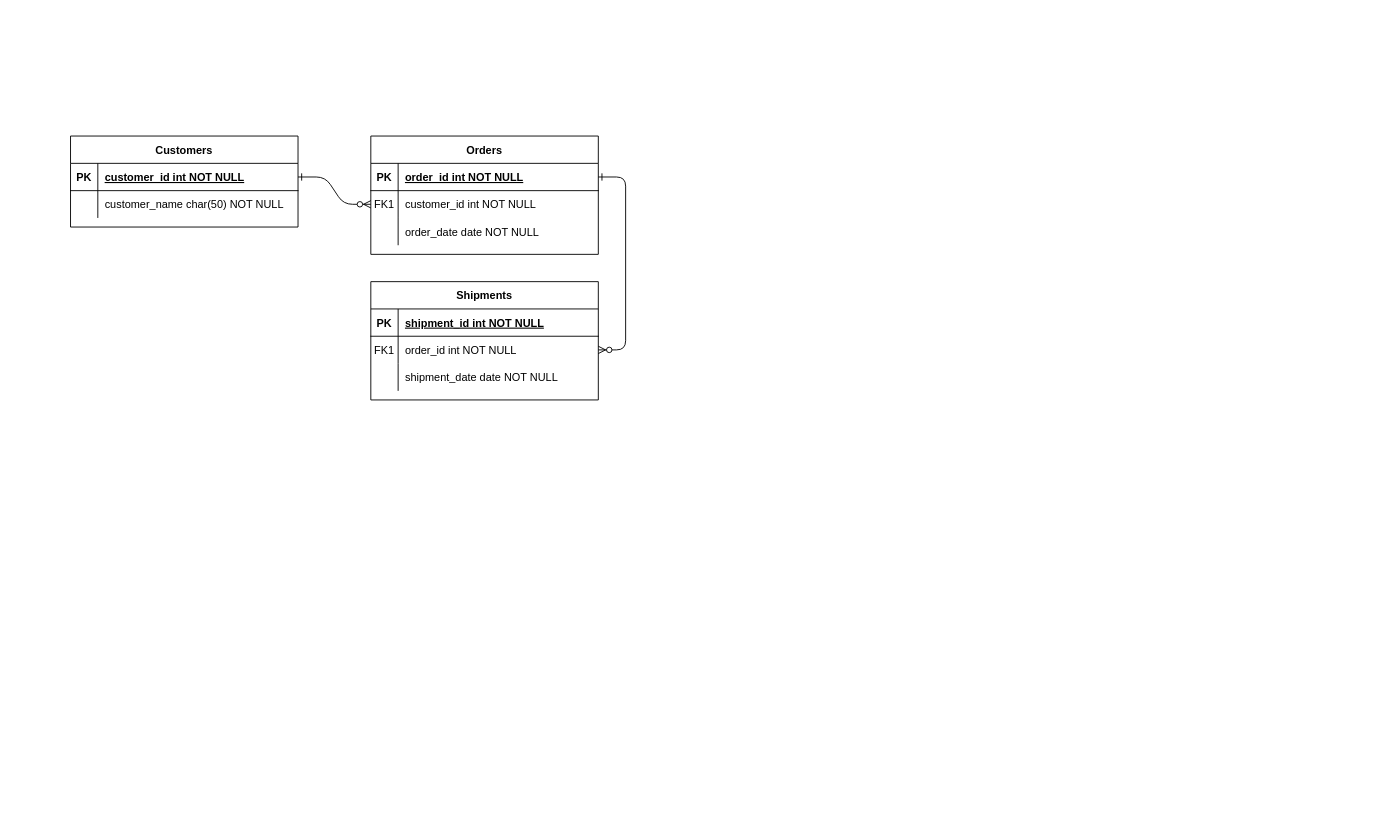
The draw.io diagram 講習会.drawio in satoru817/4eachkeijiban, before the edit. Source tidied: cells renumbered, new cells numbered last; positions are measured from the earlier drawing's top-left corner, leaving out a move shared by most shapes. Both pictures are drawn from the tidied source at 91%, with x=0, y=0 at pixel (70, 136).
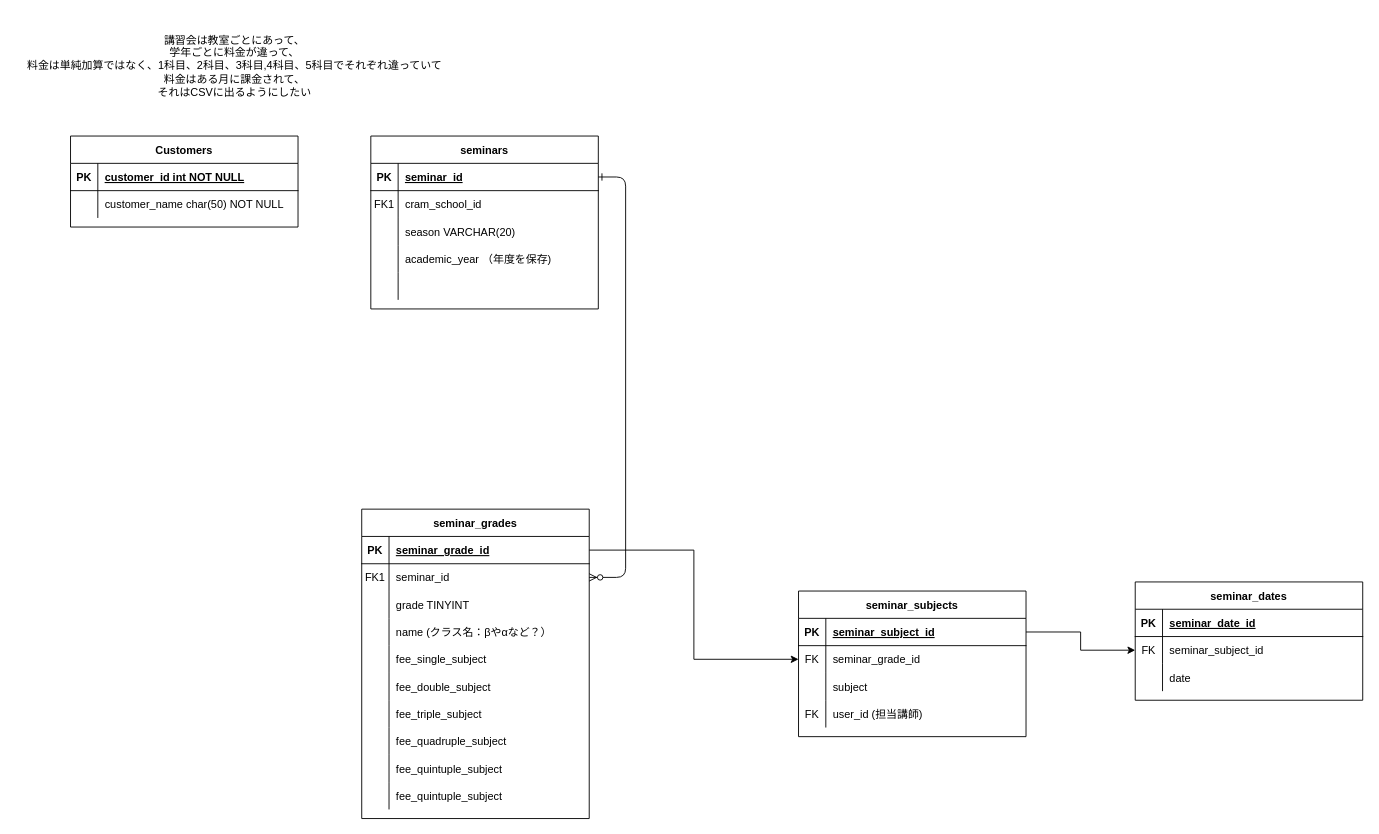
The same diagram, later.

Commit message:
講習会.drawio を更新します

Unchanged cells that the change refers to:
```xml
<mxCell id="5" style="shape=partialRectangle;fillColor=none;points=[[0,0.5],[1,0.5]];portConstraint=eastwest;top=0;left=0;right=0;bottom=1;" parent="4" vertex="1">
  <mxGeometry y="30" width="250" height="30" as="geometry" />
</mxCell>
<mxCell id="8" style="shape=partialRectangle;fillColor=none;points=[[0,0.5],[1,0.5]];portConstraint=eastwest;top=0;left=0;right=0;bottom=0;" parent="4" vertex="1">
  <mxGeometry y="60" width="250" height="30" as="geometry" />
</mxCell>
<mxCell id="11" style="shape=partialRectangle;fillColor=none;top=0;left=0;right=0;bottom=0;" parent="4" vertex="1">
  <mxGeometry y="90" width="250" height="30" as="geometry" />
</mxCell>
<mxCell id="15" style="shape=partialRectangle;fillColor=none;points=[[0,0.5],[1,0.5]];portConstraint=eastwest;top=0;left=0;right=0;bottom=1;" parent="14" vertex="1">
  <mxGeometry y="30" width="250" height="30" as="geometry" />
</mxCell>
<mxCell id="18" style="shape=partialRectangle;fillColor=none;points=[[0,0.5],[1,0.5]];portConstraint=eastwest;top=0;left=0;right=0;bottom=0;" parent="14" vertex="1">
  <mxGeometry y="60" width="250" height="30" as="geometry" />
</mxCell>
<mxCell id="25" style="shape=partialRectangle;fillColor=none;points=[[0,0.5],[1,0.5]];portConstraint=eastwest;top=0;left=0;right=0;bottom=1;" parent="24" vertex="1">
  <mxGeometry y="30" width="250" height="30" as="geometry" />
</mxCell>
```

Change to the diagram source:
```diff
@@
-    <mxCell id="2" style="edgeStyle=entityRelationEdgeStyle;endArrow=ERzeroToMany;startArrow=ERone;endFill=1;startFill=0;" parent="1" edge="1" source="25" target="8">
-      <mxGeometry relative="1" as="geometry" />
-    </mxCell>
@@
-    <mxCell id="4" value="Orders" style="shape=table;startSize=30;childLayout=tableLayout;rowLines=0;fontStyle=1;align=center;" parent="1" vertex="1">
-      <mxGeometry x="330" width="250" height="130" as="geometry" />
+    <mxCell id="4" value="seminars" style="shape=table;startSize=30;childLayout=tableLayout;rowLines=0;fontStyle=1;align=center;" parent="1" vertex="1">
+      <mxGeometry x="330" width="250" height="190" as="geometry" />
     </mxCell>
@@
-    <mxCell id="7" value="order_id int NOT NULL " style="shape=partialRectangle;overflow=hidden;fillColor=none;top=0;left=0;bottom=0;right=0;align=left;spacingLeft=6;fontStyle=5;" parent="5" vertex="1">
+    <mxCell id="7" value="seminar_id" style="shape=partialRectangle;overflow=hidden;fillColor=none;top=0;left=0;bottom=0;right=0;align=left;spacingLeft=6;fontStyle=5;" parent="5" vertex="1">
       <mxGeometry x="30" width="220" height="30" as="geometry" />
     </mxCell>
@@
-    <mxCell id="10" value="customer_id int NOT NULL" style="shape=partialRectangle;overflow=hidden;fillColor=none;top=0;left=0;bottom=0;right=0;align=left;spacingLeft=6;" parent="8" vertex="1">
+    <mxCell id="10" value="cram_school_id" style="shape=partialRectangle;overflow=hidden;fillColor=none;top=0;left=0;bottom=0;right=0;align=left;spacingLeft=6;" parent="8" vertex="1">
       <mxGeometry x="30" width="220" height="30" as="geometry" />
     </mxCell>
@@
-    <mxCell id="12" style="shape=partialRectangle;overflow=hidden;fillColor=none;top=0;left=0;bottom=0;right=0;" parent="11" vertex="1">
+    <mxCell id="12" value="&#10;" style="shape=partialRectangle;overflow=hidden;fillColor=none;top=0;left=0;bottom=0;right=0;" parent="11" vertex="1">
       <mxGeometry width="30" height="30" as="geometry" />
     </mxCell>
-    <mxCell id="13" value="order_date date NOT NULL" style="shape=partialRectangle;overflow=hidden;fillColor=none;top=0;left=0;bottom=0;right=0;align=left;spacingLeft=6;" parent="11" vertex="1">
+    <mxCell id="13" value="season VARCHAR(20)" style="shape=partialRectangle;overflow=hidden;fillColor=none;top=0;left=0;bottom=0;right=0;align=left;spacingLeft=6;" parent="11" vertex="1">
       <mxGeometry x="30" width="220" height="30" as="geometry" />
     </mxCell>
+    <mxCell id="31" style="shape=partialRectangle;fillColor=none;top=0;left=0;right=0;bottom=0;" parent="4" vertex="1">
+      <mxGeometry y="120" width="250" height="30" as="geometry" />
+    </mxCell>
+    <mxCell id="32" value="&#10;" style="shape=partialRectangle;overflow=hidden;fillColor=none;top=0;left=0;bottom=0;right=0;" parent="31" vertex="1">
+      <mxGeometry width="30" height="30" as="geometry" />
+    </mxCell>
+    <mxCell id="33" value="academic_year （年度を保存)" style="shape=partialRectangle;overflow=hidden;fillColor=none;top=0;left=0;bottom=0;right=0;align=left;spacingLeft=6;" parent="31" vertex="1">
+      <mxGeometry x="30" width="220" height="30" as="geometry" />
+    </mxCell>
+    <mxCell id="34" style="shape=partialRectangle;fillColor=none;top=0;left=0;right=0;bottom=0;" parent="4" vertex="1">
+      <mxGeometry y="150" width="250" height="30" as="geometry" />
+    </mxCell>
+    <mxCell id="35" value="&#10;" style="shape=partialRectangle;overflow=hidden;fillColor=none;top=0;left=0;bottom=0;right=0;" parent="34" vertex="1">
+      <mxGeometry width="30" height="30" as="geometry" />
+    </mxCell>
+    <mxCell id="36" style="shape=partialRectangle;overflow=hidden;fillColor=none;top=0;left=0;bottom=0;right=0;align=left;spacingLeft=6;" parent="34" vertex="1">
+      <mxGeometry x="30" width="220" height="30" as="geometry" />
+    </mxCell>
-    <mxCell id="14" value="Shipments" style="shape=table;startSize=30;childLayout=tableLayout;rowLines=0;fontStyle=1;align=center;" parent="1" vertex="1">
-      <mxGeometry x="330" y="160" width="250" height="130" as="geometry" />
+    <mxCell id="14" value="seminar_grades" style="shape=table;startSize=30;childLayout=tableLayout;rowLines=0;fontStyle=1;align=center;" parent="1" vertex="1">
+      <mxGeometry x="320" y="410" width="250" height="340" as="geometry" />
     </mxCell>
@@
-    <mxCell id="17" value="shipment_id int NOT NULL " style="shape=partialRectangle;overflow=hidden;fillColor=none;top=0;left=0;bottom=0;right=0;align=left;spacingLeft=6;fontStyle=5;" parent="15" vertex="1">
+    <mxCell id="17" value="seminar_grade_id" style="shape=partialRectangle;overflow=hidden;fillColor=none;top=0;left=0;bottom=0;right=0;align=left;spacingLeft=6;fontStyle=5;" parent="15" vertex="1">
       <mxGeometry x="30" width="220" height="30" as="geometry" />
     </mxCell>
@@
-    <mxCell id="20" value="order_id int NOT NULL" style="shape=partialRectangle;overflow=hidden;fillColor=none;top=0;left=0;bottom=0;right=0;align=left;spacingLeft=6;" parent="18" vertex="1">
+    <mxCell id="20" value="seminar_id" style="shape=partialRectangle;overflow=hidden;fillColor=none;top=0;left=0;bottom=0;right=0;align=left;spacingLeft=6;" parent="18" vertex="1">
       <mxGeometry x="30" width="220" height="30" as="geometry" />
     </mxCell>
+    <mxCell id="37" style="shape=partialRectangle;fillColor=none;top=0;left=0;right=0;bottom=0;" parent="14" vertex="1">
+      <mxGeometry y="90" width="250" height="30" as="geometry" />
+    </mxCell>
+    <mxCell id="38" value="&#10;" style="shape=partialRectangle;overflow=hidden;fillColor=none;top=0;left=0;bottom=0;right=0;" parent="37" vertex="1">
+      <mxGeometry width="30" height="30" as="geometry" />
+    </mxCell>
+    <mxCell id="39" value="grade TINYINT" style="shape=partialRectangle;overflow=hidden;fillColor=none;top=0;left=0;bottom=0;right=0;align=left;spacingLeft=6;" parent="37" vertex="1">
+      <mxGeometry x="30" width="220" height="30" as="geometry" />
+    </mxCell>
+    <mxCell id="40" style="shape=partialRectangle;fillColor=none;top=0;left=0;right=0;bottom=0;" parent="14" vertex="1">
+      <mxGeometry y="120" width="250" height="30" as="geometry" />
+    </mxCell>
+    <mxCell id="41" value="&#10;" style="shape=partialRectangle;overflow=hidden;fillColor=none;top=0;left=0;bottom=0;right=0;" parent="40" vertex="1">
+      <mxGeometry width="30" height="30" as="geometry" />
+    </mxCell>
+    <mxCell id="42" value="name (クラス名：βやαなど？）" style="shape=partialRectangle;overflow=hidden;fillColor=none;top=0;left=0;bottom=0;right=0;align=left;spacingLeft=6;" parent="40" vertex="1">
+      <mxGeometry x="30" width="220" height="30" as="geometry" />
+    </mxCell>
     <mxCell id="21" style="shape=partialRectangle;fillColor=none;top=0;left=0;right=0;bottom=0;" parent="14" vertex="1">
-      <mxGeometry y="90" width="250" height="30" as="geometry" />
+      <mxGeometry y="150" width="250" height="30" as="geometry" />
     </mxCell>
@@
-    <mxCell id="23" value="shipment_date date NOT NULL" style="shape=partialRectangle;overflow=hidden;fillColor=none;top=0;left=0;bottom=0;right=0;align=left;spacingLeft=6;" parent="21" vertex="1">
+    <mxCell id="23" value="fee_single_subject" style="shape=partialRectangle;overflow=hidden;fillColor=none;top=0;left=0;bottom=0;right=0;align=left;spacingLeft=6;" parent="21" vertex="1">
       <mxGeometry x="30" width="220" height="30" as="geometry" />
     </mxCell>
+    <mxCell id="43" style="shape=partialRectangle;fillColor=none;top=0;left=0;right=0;bottom=0;" parent="14" vertex="1">
+      <mxGeometry y="180" width="250" height="30" as="geometry" />
+    </mxCell>
+    <mxCell id="44" style="shape=partialRectangle;overflow=hidden;fillColor=none;top=0;left=0;bottom=0;right=0;" parent="43" vertex="1">
+      <mxGeometry width="30" height="30" as="geometry" />
+    </mxCell>
+    <mxCell id="45" value="fee_double_subject" style="shape=partialRectangle;overflow=hidden;fillColor=none;top=0;left=0;bottom=0;right=0;align=left;spacingLeft=6;" parent="43" vertex="1">
+      <mxGeometry x="30" width="220" height="30" as="geometry" />
+    </mxCell>
+    <mxCell id="46" style="shape=partialRectangle;fillColor=none;top=0;left=0;right=0;bottom=0;" parent="14" vertex="1">
+      <mxGeometry y="210" width="250" height="30" as="geometry" />
+    </mxCell>
+    <mxCell id="47" style="shape=partialRectangle;overflow=hidden;fillColor=none;top=0;left=0;bottom=0;right=0;" parent="46" vertex="1">
+      <mxGeometry width="30" height="30" as="geometry" />
+    </mxCell>
+    <mxCell id="48" value="fee_triple_subject" style="shape=partialRectangle;overflow=hidden;fillColor=none;top=0;left=0;bottom=0;right=0;align=left;spacingLeft=6;" parent="46" vertex="1">
+      <mxGeometry x="30" width="220" height="30" as="geometry" />
+    </mxCell>
+    <mxCell id="49" style="shape=partialRectangle;fillColor=none;top=0;left=0;right=0;bottom=0;" parent="14" vertex="1">
+      <mxGeometry y="240" width="250" height="30" as="geometry" />
+    </mxCell>
+    <mxCell id="50" value="&#10;" style="shape=partialRectangle;overflow=hidden;fillColor=none;top=0;left=0;bottom=0;right=0;" parent="49" vertex="1">
+      <mxGeometry width="30" height="30" as="geometry" />
+    </mxCell>
+    <mxCell id="51" value="fee_quadruple_subject" style="shape=partialRectangle;overflow=hidden;fillColor=none;top=0;left=0;bottom=0;right=0;align=left;spacingLeft=6;" parent="49" vertex="1">
+      <mxGeometry x="30" width="220" height="30" as="geometry" />
+    </mxCell>
+    <mxCell id="52" style="shape=partialRectangle;fillColor=none;top=0;left=0;right=0;bottom=0;" parent="14" vertex="1">
+      <mxGeometry y="270" width="250" height="30" as="geometry" />
+    </mxCell>
+    <mxCell id="53" value="&#10;" style="shape=partialRectangle;overflow=hidden;fillColor=none;top=0;left=0;bottom=0;right=0;" parent="52" vertex="1">
+      <mxGeometry width="30" height="30" as="geometry" />
+    </mxCell>
+    <mxCell id="54" value="fee_quintuple_subject" style="shape=partialRectangle;overflow=hidden;fillColor=none;top=0;left=0;bottom=0;right=0;align=left;spacingLeft=6;" parent="52" vertex="1">
+      <mxGeometry x="30" width="220" height="30" as="geometry" />
+    </mxCell>
+    <mxCell id="55" style="shape=partialRectangle;fillColor=none;top=0;left=0;right=0;bottom=0;" parent="14" vertex="1">
+      <mxGeometry y="300" width="250" height="30" as="geometry" />
+    </mxCell>
+    <mxCell id="56" value="&#10;" style="shape=partialRectangle;overflow=hidden;fillColor=none;top=0;left=0;bottom=0;right=0;" parent="55" vertex="1">
+      <mxGeometry width="30" height="30" as="geometry" />
+    </mxCell>
+    <mxCell id="57" value="fee_quintuple_subject" style="shape=partialRectangle;overflow=hidden;fillColor=none;top=0;left=0;bottom=0;right=0;align=left;spacingLeft=6;" parent="55" vertex="1">
+      <mxGeometry x="30" width="220" height="30" as="geometry" />
+    </mxCell>
@@
+    <mxCell id="58" value="&lt;div&gt;&lt;br&gt;&lt;/div&gt;講習会は教室ごとにあって、&lt;br&gt;学年ごとに料金が違って、&lt;br&gt;料金は単純加算ではなく、1科目、2科目、3科目,4科目、5科目でそれぞれ違っていて&lt;br&gt;料金はある月に課金されて、&lt;br&gt;それはCSVに出るようにしたい&lt;div&gt;&lt;br/&gt;&lt;/div&gt;" style="text;html=1;align=center;verticalAlign=middle;strokeColor=none;fillColor=none;" parent="1" vertex="1">
+      <mxGeometry x="-60" y="-132" width="480" height="110" as="geometry" />
+    </mxCell>
+    <mxCell id="59" value="seminar_subjects" style="shape=table;startSize=30;childLayout=tableLayout;rowLines=0;fontStyle=1;align=center;" parent="1" vertex="1">
+      <mxGeometry x="800" y="500" width="250" height="160" as="geometry" />
+    </mxCell>
+    <mxCell id="60" style="shape=partialRectangle;fillColor=none;points=[[0,0.5],[1,0.5]];portConstraint=eastwest;top=0;left=0;right=0;bottom=1;" parent="59" vertex="1">
+      <mxGeometry y="30" width="250" height="30" as="geometry" />
+    </mxCell>
+    <mxCell id="61" value="PK" style="shape=partialRectangle;overflow=hidden;fillColor=none;top=0;left=0;bottom=0;right=0;fontStyle=1;" parent="60" vertex="1">
+      <mxGeometry width="30" height="30" as="geometry" />
+    </mxCell>
+    <mxCell id="62" value="seminar_subject_id" style="shape=partialRectangle;overflow=hidden;fillColor=none;top=0;left=0;bottom=0;right=0;align=left;spacingLeft=6;fontStyle=5;" parent="60" vertex="1">
+      <mxGeometry x="30" width="220" height="30" as="geometry" />
+    </mxCell>
+    <mxCell id="63" style="shape=partialRectangle;fillColor=none;points=[[0,0.5],[1,0.5]];portConstraint=eastwest;top=0;left=0;right=0;bottom=0;" parent="59" vertex="1">
+      <mxGeometry y="60" width="250" height="30" as="geometry" />
+    </mxCell>
+    <mxCell id="64" value="FK" style="shape=partialRectangle;overflow=hidden;fillColor=none;top=0;left=0;bottom=0;right=0;" parent="63" vertex="1">
+      <mxGeometry width="30" height="30" as="geometry" />
+    </mxCell>
+    <mxCell id="65" value="seminar_grade_id" style="shape=partialRectangle;overflow=hidden;fillColor=none;top=0;left=0;bottom=0;right=0;align=left;spacingLeft=6;" parent="63" vertex="1">
+      <mxGeometry x="30" width="220" height="30" as="geometry" />
+    </mxCell>
+    <mxCell id="66" style="shape=partialRectangle;fillColor=none;top=0;left=0;right=0;bottom=0;" parent="59" vertex="1">
+      <mxGeometry y="90" width="250" height="30" as="geometry" />
+    </mxCell>
+    <mxCell id="67" value="&#10;" style="shape=partialRectangle;overflow=hidden;fillColor=none;top=0;left=0;bottom=0;right=0;" parent="66" vertex="1">
+      <mxGeometry width="30" height="30" as="geometry" />
+    </mxCell>
+    <mxCell id="68" value="subject" style="shape=partialRectangle;overflow=hidden;fillColor=none;top=0;left=0;bottom=0;right=0;align=left;spacingLeft=6;" parent="66" vertex="1">
+      <mxGeometry x="30" width="220" height="30" as="geometry" />
+    </mxCell>
+    <mxCell id="69" style="shape=partialRectangle;fillColor=none;top=0;left=0;right=0;bottom=0;" parent="59" vertex="1">
+      <mxGeometry y="120" width="250" height="30" as="geometry" />
+    </mxCell>
+    <mxCell id="70" value="FK" style="shape=partialRectangle;overflow=hidden;fillColor=none;top=0;left=0;bottom=0;right=0;" parent="69" vertex="1">
+      <mxGeometry width="30" height="30" as="geometry" />
+    </mxCell>
+    <mxCell id="71" value="user_id (担当講師)" style="shape=partialRectangle;overflow=hidden;fillColor=none;top=0;left=0;bottom=0;right=0;align=left;spacingLeft=6;" parent="69" vertex="1">
+      <mxGeometry x="30" width="220" height="30" as="geometry" />
+    </mxCell>
+    <mxCell id="72" style="edgeStyle=orthogonalEdgeStyle;rounded=0;jettySize=auto;html=1;exitX=1;exitY=0.5;exitDx=0;exitDy=0;" parent="1" edge="1" source="15" target="63">
+      <mxGeometry relative="1" as="geometry" />
+    </mxCell>
+    <mxCell id="73" value="seminar_dates" style="shape=table;startSize=30;childLayout=tableLayout;rowLines=0;fontStyle=1;align=center;" parent="1" vertex="1">
+      <mxGeometry x="1170" y="490" width="250" height="130" as="geometry" />
+    </mxCell>
+    <mxCell id="74" style="shape=partialRectangle;fillColor=none;top=0;left=0;right=0;bottom=1;" parent="73" vertex="1">
+      <mxGeometry y="30" width="250" height="30" as="geometry" />
+    </mxCell>
+    <mxCell id="75" value="PK" style="shape=partialRectangle;overflow=hidden;fillColor=none;top=0;left=0;bottom=0;right=0;fontStyle=1;" parent="74" vertex="1">
+      <mxGeometry width="30" height="30" as="geometry" />
+    </mxCell>
+    <mxCell id="76" value="seminar_date_id" style="shape=partialRectangle;overflow=hidden;fillColor=none;top=0;left=0;bottom=0;right=0;align=left;spacingLeft=6;fontStyle=5;" parent="74" vertex="1">
+      <mxGeometry x="30" width="220" height="30" as="geometry" />
+    </mxCell>
+    <mxCell id="77" style="shape=partialRectangle;fillColor=none;points=[[0,0.5],[1,0.5]];portConstraint=eastwest;top=0;left=0;right=0;bottom=0;" parent="73" vertex="1">
+      <mxGeometry y="60" width="250" height="30" as="geometry" />
+    </mxCell>
+    <mxCell id="78" value="FK" style="shape=partialRectangle;overflow=hidden;fillColor=none;top=0;left=0;bottom=0;right=0;" parent="77" vertex="1">
+      <mxGeometry width="30" height="30" as="geometry" />
+    </mxCell>
+    <mxCell id="79" value="seminar_subject_id" style="shape=partialRectangle;overflow=hidden;fillColor=none;top=0;left=0;bottom=0;right=0;align=left;spacingLeft=6;" parent="77" vertex="1">
+      <mxGeometry x="30" width="220" height="30" as="geometry" />
+    </mxCell>
+    <mxCell id="80" style="shape=partialRectangle;fillColor=none;top=0;left=0;right=0;bottom=0;" parent="73" vertex="1">
+      <mxGeometry y="90" width="250" height="30" as="geometry" />
+    </mxCell>
+    <mxCell id="81" value="&#10;" style="shape=partialRectangle;overflow=hidden;fillColor=none;top=0;left=0;bottom=0;right=0;" parent="80" vertex="1">
+      <mxGeometry width="30" height="30" as="geometry" />
+    </mxCell>
+    <mxCell id="82" value="date" style="shape=partialRectangle;overflow=hidden;fillColor=none;top=0;left=0;bottom=0;right=0;align=left;spacingLeft=6;" parent="80" vertex="1">
+      <mxGeometry x="30" width="220" height="30" as="geometry" />
+    </mxCell>
+    <mxCell id="83" style="edgeStyle=orthogonalEdgeStyle;rounded=0;jettySize=auto;html=1;exitX=1;exitY=0.5;exitDx=0;exitDy=0;" parent="1" edge="1" source="60" target="77">
+      <mxGeometry relative="1" as="geometry" />
+    </mxCell>
```
